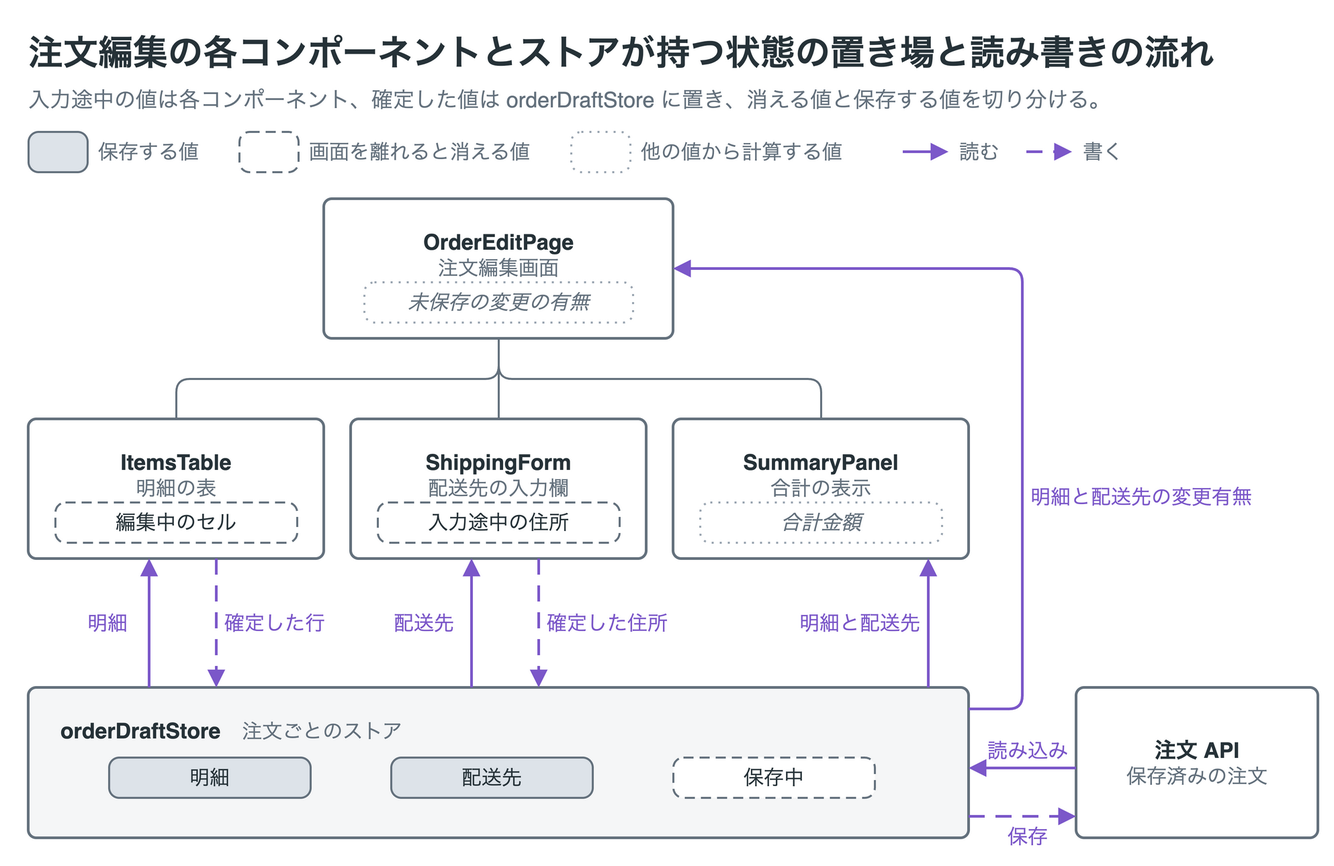
Above: skills/explanatory-diagrams/templates/state-ownership/state-ownership.drawio.png in nntto/skills (draw.io), before the change. Source tidied: cells renumbered, new cells last; positions are measured from the earlier drawing's top-left corner, leaving out a move shared by most shapes.
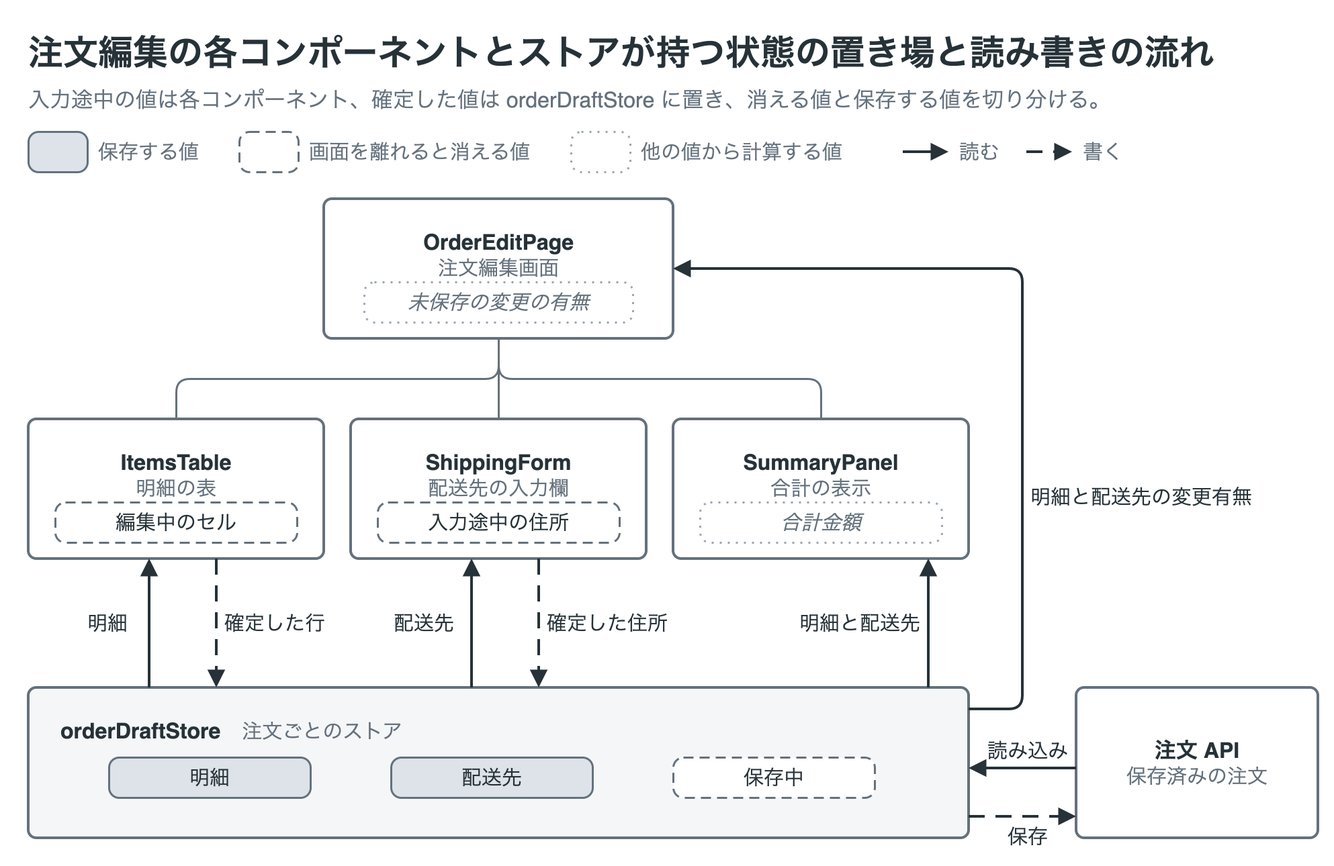
The same diagram one commit later.

What changed in the source:
```diff
@@ -26,7 +26,7 @@
     <mxCell id="9" value="他の値から計算する値" style="text;html=1;whiteSpace=wrap;fontFamily=Helvetica;fontSize=15;fontColor=#64717d;align=left;verticalAlign=middle;spacing=0;" parent="1" vertex="1">
       <mxGeometry x="456" y="81" width="169" height="24" as="geometry" />
     </mxCell>
-    <mxCell id="10" style="edgeStyle=none;rounded=1;html=1;strokeColor=#7b57c9;strokeWidth=2;endArrow=block;endFill=1;startArrow=none;startFill=1;endSize=8;fontFamily=Helvetica;fontSize=15;fontColor=#7b57c9;labelBackgroundColor=#ffffff;" parent="1" edge="1">
+    <mxCell id="10" style="edgeStyle=none;rounded=1;html=1;strokeColor=#263238;strokeWidth=2;endArrow=block;endFill=1;startArrow=none;startFill=1;endSize=8;fontFamily=Helvetica;fontSize=15;fontColor=#263238;labelBackgroundColor=#ffffff;" parent="1" edge="1">
       <mxGeometry relative="1" as="geometry">
         <mxPoint x="651" y="93" as="sourcePoint" />
         <mxPoint x="685" y="93" as="targetPoint" />
@@ -35,7 +35,7 @@
     <mxCell id="11" value="読む" style="text;html=1;whiteSpace=wrap;fontFamily=Helvetica;fontSize=15;fontColor=#64717d;align=left;verticalAlign=middle;spacing=0;" parent="1" vertex="1">
       <mxGeometry x="693" y="81" width="60" height="24" as="geometry" />
     </mxCell>
-    <mxCell id="12" style="edgeStyle=none;rounded=1;html=1;strokeColor=#7b57c9;strokeWidth=2;endArrow=block;endFill=1;startArrow=none;startFill=1;endSize=8;fontFamily=Helvetica;fontSize=15;fontColor=#7b57c9;labelBackgroundColor=#ffffff;dashed=1;dashPattern=6 4;" parent="1" edge="1">
+    <mxCell id="12" style="edgeStyle=none;rounded=1;html=1;strokeColor=#263238;strokeWidth=2;endArrow=block;endFill=1;startArrow=none;startFill=1;endSize=8;fontFamily=Helvetica;fontSize=15;fontColor=#263238;labelBackgroundColor=#ffffff;dashed=1;dashPattern=6 4;" parent="1" edge="1">
       <mxGeometry relative="1" as="geometry">
         <mxPoint x="743" y="93" as="sourcePoint" />
         <mxPoint x="777" y="93" as="targetPoint" />
@@ -104,52 +104,52 @@
     <mxCell id="28" value="保存中" style="rounded=1;absoluteArcSize=1;arcSize=15;whiteSpace=wrap;html=1;fillColor=#f5f6f7;strokeColor=#64717d;strokeWidth=1.5;fontColor=#263238;fontFamily=Helvetica;fontSize=15;align=center;verticalAlign=middle;spacing=2;fillColor=#ffffff;strokeColor=#64717d;fontColor=#263238;dashed=1;dashPattern=5 3;" parent="1" vertex="1">
       <mxGeometry x="480" y="544" width="150" height="30" as="geometry" />
     </mxCell>
-    <mxCell id="29" style="edgeStyle=none;rounded=1;html=1;strokeColor=#7b57c9;strokeWidth=2;endArrow=block;endFill=1;startArrow=none;startFill=1;endSize=8;fontFamily=Helvetica;fontSize=15;fontColor=#7b57c9;labelBackgroundColor=#ffffff;" parent="1" edge="1">
+    <mxCell id="29" style="edgeStyle=none;rounded=1;html=1;strokeColor=#263238;strokeWidth=2;endArrow=block;endFill=1;startArrow=none;startFill=1;endSize=8;fontFamily=Helvetica;fontSize=15;fontColor=#263238;labelBackgroundColor=#ffffff;" parent="1" edge="1">
       <mxGeometry relative="1" as="geometry">
         <mxPoint x="90" y="492" as="sourcePoint" />
         <mxPoint x="90" y="396" as="targetPoint" />
       </mxGeometry>
     </mxCell>
-    <mxCell id="30" value="明細" style="text;html=1;whiteSpace=wrap;fontFamily=Helvetica;fontSize=15;fontColor=#7b57c9;align=left;verticalAlign=middle;spacing=0;labelBackgroundColor=#ffffff;" parent="1" vertex="1">
+    <mxCell id="30" value="明細" style="text;html=1;whiteSpace=wrap;fontFamily=Helvetica;fontSize=15;fontColor=#263238;align=left;verticalAlign=middle;spacing=0;labelBackgroundColor=#ffffff;" parent="1" vertex="1">
       <mxGeometry x="44" y="433" width="150" height="22" as="geometry" />
     </mxCell>
-    <mxCell id="31" style="edgeStyle=none;rounded=1;html=1;strokeColor=#7b57c9;strokeWidth=2;endArrow=block;endFill=1;startArrow=none;startFill=1;endSize=8;fontFamily=Helvetica;fontSize=15;fontColor=#7b57c9;labelBackgroundColor=#ffffff;dashed=1;dashPattern=6 4;" parent="1" edge="1">
+    <mxCell id="31" style="edgeStyle=none;rounded=1;html=1;strokeColor=#263238;strokeWidth=2;endArrow=block;endFill=1;startArrow=none;startFill=1;endSize=8;fontFamily=Helvetica;fontSize=15;fontColor=#263238;labelBackgroundColor=#ffffff;dashed=1;dashPattern=6 4;" parent="1" edge="1">
       <mxGeometry relative="1" as="geometry">
         <mxPoint x="140" y="396" as="sourcePoint" />
         <mxPoint x="140" y="492" as="targetPoint" />
       </mxGeometry>
     </mxCell>
-    <mxCell id="32" value="確定した行" style="text;html=1;whiteSpace=wrap;fontFamily=Helvetica;fontSize=15;fontColor=#7b57c9;align=left;verticalAlign=middle;spacing=0;labelBackgroundColor=#ffffff;" parent="1" vertex="1">
+    <mxCell id="32" value="確定した行" style="text;html=1;whiteSpace=wrap;fontFamily=Helvetica;fontSize=15;fontColor=#263238;align=left;verticalAlign=middle;spacing=0;labelBackgroundColor=#ffffff;" parent="1" vertex="1">
       <mxGeometry x="146" y="433" width="150" height="22" as="geometry" />
     </mxCell>
-    <mxCell id="33" style="edgeStyle=none;rounded=1;html=1;strokeColor=#7b57c9;strokeWidth=2;endArrow=block;endFill=1;startArrow=none;startFill=1;endSize=8;fontFamily=Helvetica;fontSize=15;fontColor=#7b57c9;labelBackgroundColor=#ffffff;" parent="1" edge="1">
+    <mxCell id="33" style="edgeStyle=none;rounded=1;html=1;strokeColor=#263238;strokeWidth=2;endArrow=block;endFill=1;startArrow=none;startFill=1;endSize=8;fontFamily=Helvetica;fontSize=15;fontColor=#263238;labelBackgroundColor=#ffffff;" parent="1" edge="1">
       <mxGeometry relative="1" as="geometry">
         <mxPoint x="330" y="492" as="sourcePoint" />
         <mxPoint x="330" y="396" as="targetPoint" />
       </mxGeometry>
     </mxCell>
-    <mxCell id="34" value="配送先" style="text;html=1;whiteSpace=wrap;fontFamily=Helvetica;fontSize=15;fontColor=#7b57c9;align=left;verticalAlign=middle;spacing=0;labelBackgroundColor=#ffffff;" parent="1" vertex="1">
+    <mxCell id="34" value="配送先" style="text;html=1;whiteSpace=wrap;fontFamily=Helvetica;fontSize=15;fontColor=#263238;align=left;verticalAlign=middle;spacing=0;labelBackgroundColor=#ffffff;" parent="1" vertex="1">
       <mxGeometry x="272" y="433" width="150" height="22" as="geometry" />
     </mxCell>
-    <mxCell id="35" style="edgeStyle=none;rounded=1;html=1;strokeColor=#7b57c9;strokeWidth=2;endArrow=block;endFill=1;startArrow=none;startFill=1;endSize=8;fontFamily=Helvetica;fontSize=15;fontColor=#7b57c9;labelBackgroundColor=#ffffff;dashed=1;dashPattern=6 4;" parent="1" edge="1">
+    <mxCell id="35" style="edgeStyle=none;rounded=1;html=1;strokeColor=#263238;strokeWidth=2;endArrow=block;endFill=1;startArrow=none;startFill=1;endSize=8;fontFamily=Helvetica;fontSize=15;fontColor=#263238;labelBackgroundColor=#ffffff;dashed=1;dashPattern=6 4;" parent="1" edge="1">
       <mxGeometry relative="1" as="geometry">
         <mxPoint x="380" y="396" as="sourcePoint" />
         <mxPoint x="380" y="492" as="targetPoint" />
       </mxGeometry>
     </mxCell>
-    <mxCell id="36" value="確定した住所" style="text;html=1;whiteSpace=wrap;fontFamily=Helvetica;fontSize=15;fontColor=#7b57c9;align=left;verticalAlign=middle;spacing=0;labelBackgroundColor=#ffffff;" parent="1" vertex="1">
+    <mxCell id="36" value="確定した住所" style="text;html=1;whiteSpace=wrap;fontFamily=Helvetica;fontSize=15;fontColor=#263238;align=left;verticalAlign=middle;spacing=0;labelBackgroundColor=#ffffff;" parent="1" vertex="1">
       <mxGeometry x="386" y="433" width="150" height="22" as="geometry" />
     </mxCell>
-    <mxCell id="37" style="edgeStyle=none;rounded=1;html=1;strokeColor=#7b57c9;strokeWidth=2;endArrow=block;endFill=1;startArrow=none;startFill=1;endSize=8;fontFamily=Helvetica;fontSize=15;fontColor=#7b57c9;labelBackgroundColor=#ffffff;" parent="1" edge="1">
+    <mxCell id="37" style="edgeStyle=none;rounded=1;html=1;strokeColor=#263238;strokeWidth=2;endArrow=block;endFill=1;startArrow=none;startFill=1;endSize=8;fontFamily=Helvetica;fontSize=15;fontColor=#263238;labelBackgroundColor=#ffffff;" parent="1" edge="1">
       <mxGeometry relative="1" as="geometry">
         <mxPoint x="670" y="492" as="sourcePoint" />
         <mxPoint x="670" y="396" as="targetPoint" />
       </mxGeometry>
     </mxCell>
-    <mxCell id="38" value="明細と配送先" style="text;html=1;whiteSpace=wrap;fontFamily=Helvetica;fontSize=15;fontColor=#7b57c9;align=left;verticalAlign=middle;spacing=0;labelBackgroundColor=#ffffff;" parent="1" vertex="1">
+    <mxCell id="38" value="明細と配送先" style="text;html=1;whiteSpace=wrap;fontFamily=Helvetica;fontSize=15;fontColor=#263238;align=left;verticalAlign=middle;spacing=0;labelBackgroundColor=#ffffff;" parent="1" vertex="1">
       <mxGeometry x="574" y="433" width="150" height="22" as="geometry" />
     </mxCell>
-    <mxCell id="39" style="edgeStyle=orthogonalEdgeStyle;rounded=1;html=1;strokeColor=#7b57c9;strokeWidth=2;endArrow=block;endFill=1;startArrow=none;startFill=1;endSize=8;fontFamily=Helvetica;fontSize=15;fontColor=#7b57c9;labelBackgroundColor=#ffffff;" parent="1" edge="1">
+    <mxCell id="39" style="edgeStyle=orthogonalEdgeStyle;rounded=1;html=1;strokeColor=#263238;strokeWidth=2;endArrow=block;endFill=1;startArrow=none;startFill=1;endSize=8;fontFamily=Helvetica;fontSize=15;fontColor=#263238;labelBackgroundColor=#ffffff;" parent="1" edge="1">
       <mxGeometry relative="1" as="geometry">
         <mxPoint x="700" y="508" as="sourcePoint" />
         <mxPoint x="480" y="180" as="targetPoint" />
@@ -159,28 +159,28 @@
         </Array>
       </mxGeometry>
     </mxCell>
-    <mxCell id="40" value="明細と配送先の変更有無" style="text;html=1;whiteSpace=wrap;fontFamily=Helvetica;fontSize=15;fontColor=#7b57c9;align=left;verticalAlign=middle;spacing=0;" parent="1" vertex="1">
+    <mxCell id="40" value="明細と配送先の変更有無" style="text;html=1;whiteSpace=wrap;fontFamily=Helvetica;fontSize=15;fontColor=#263238;align=left;verticalAlign=middle;spacing=0;" parent="1" vertex="1">
       <mxGeometry x="746" y="328" width="190" height="44" as="geometry" />
     </mxCell>
     <mxCell id="41" value="&lt;b&gt;注文 API&lt;/b&gt;&lt;br&gt;&lt;span style=&quot;font-size:15px;color:#64717d;&quot;&gt;保存済みの注文&lt;/span&gt;" style="rounded=1;absoluteArcSize=1;arcSize=12;whiteSpace=wrap;html=1;fillColor=#ffffff;strokeColor=#64717d;strokeWidth=2;fontColor=#263238;fontFamily=Helvetica;fontSize=16;align=center;verticalAlign=middle;spacing=10;" parent="1" vertex="1">
       <mxGeometry x="780" y="492" width="180" height="112" as="geometry" />
     </mxCell>
-    <mxCell id="42" style="edgeStyle=orthogonalEdgeStyle;rounded=1;html=1;strokeColor=#7b57c9;strokeWidth=2;endArrow=block;endFill=1;startArrow=none;startFill=1;endSize=8;fontFamily=Helvetica;fontSize=15;fontColor=#7b57c9;labelBackgroundColor=#ffffff;" parent="1" edge="1">
+    <mxCell id="42" style="edgeStyle=orthogonalEdgeStyle;rounded=1;html=1;strokeColor=#263238;strokeWidth=2;endArrow=block;endFill=1;startArrow=none;startFill=1;endSize=8;fontFamily=Helvetica;fontSize=15;fontColor=#263238;labelBackgroundColor=#ffffff;" parent="1" edge="1">
       <mxGeometry relative="1" as="geometry">
         <mxPoint x="780" y="552" as="sourcePoint" />
         <mxPoint x="700" y="552" as="targetPoint" />
       </mxGeometry>
     </mxCell>
-    <mxCell id="43" value="読み込み" style="text;html=1;whiteSpace=wrap;fontFamily=Helvetica;fontSize=15;fontColor=#7b57c9;align=center;verticalAlign=middle;spacing=0;" parent="1" vertex="1">
+    <mxCell id="43" value="読み込み" style="text;html=1;whiteSpace=wrap;fontFamily=Helvetica;fontSize=15;fontColor=#263238;align=center;verticalAlign=middle;spacing=0;" parent="1" vertex="1">
       <mxGeometry x="704" y="528" width="80" height="22" as="geometry" />
     </mxCell>
-    <mxCell id="44" style="edgeStyle=orthogonalEdgeStyle;rounded=1;html=1;strokeColor=#7b57c9;strokeWidth=2;endArrow=block;endFill=1;startArrow=none;startFill=1;endSize=8;fontFamily=Helvetica;fontSize=15;fontColor=#7b57c9;labelBackgroundColor=#ffffff;dashed=1;dashPattern=6 4;" parent="1" edge="1">
+    <mxCell id="44" style="edgeStyle=orthogonalEdgeStyle;rounded=1;html=1;strokeColor=#263238;strokeWidth=2;endArrow=block;endFill=1;startArrow=none;startFill=1;endSize=8;fontFamily=Helvetica;fontSize=15;fontColor=#263238;labelBackgroundColor=#ffffff;dashed=1;dashPattern=6 4;" parent="1" edge="1">
       <mxGeometry relative="1" as="geometry">
         <mxPoint x="700" y="588" as="sourcePoint" />
         <mxPoint x="780" y="588" as="targetPoint" />
       </mxGeometry>
     </mxCell>
-    <mxCell id="45" value="保存" style="text;html=1;whiteSpace=wrap;fontFamily=Helvetica;fontSize=15;fontColor=#7b57c9;align=center;verticalAlign=middle;spacing=0;" parent="1" vertex="1">
+    <mxCell id="45" value="保存" style="text;html=1;whiteSpace=wrap;fontFamily=Helvetica;fontSize=15;fontColor=#263238;align=center;verticalAlign=middle;spacing=0;" parent="1" vertex="1">
       <mxGeometry x="704" y="592" width="80" height="22" as="geometry" />
     </mxCell>
   </root>
```
